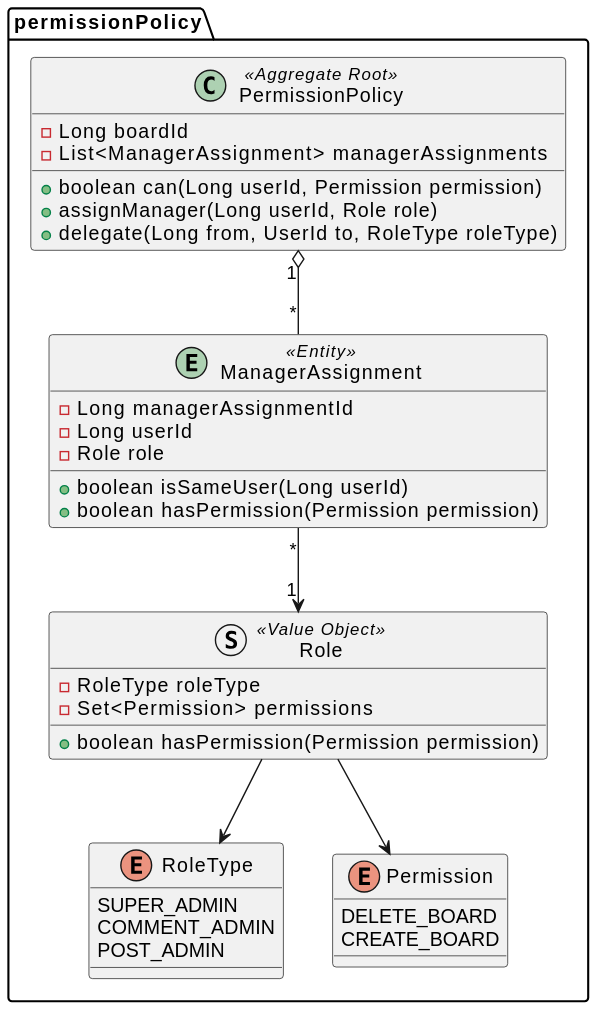
Earlier version of the PlantUML export document/puml/domain/permissioncontext/permissionPolicyAggregate.svg (SimpleBoardTeam/server-hyunchang). Its diagram source:
```plantuml
@startuml
package "permissionPolicy" {
  class PermissionPolicy <<Aggregate Root>>{
    - Long boardId
    - List<ManagerAssignment> managerAssignments
    + boolean can(Long userId, Permission permission)
    + assignManager(Long userId, Role role)
    + delegate(Long from, UserId to, RoleType roleType)
  }

  entity ManagerAssignment <<Entity>>{
    - Long managerAssignmentId
    - Long userId
    - Role role
    + boolean isSameUser(Long userId)
    + boolean hasPermission(Permission permission)
  }

  struct Role <<Value Object>>{
    - RoleType roleType
    - Set<Permission> permissions
    + boolean hasPermission(Permission permission)
  }

  enum RoleType {
    SUPER_ADMIN
    COMMENT_ADMIN
    POST_ADMIN
  }

  enum Permission {
    DELETE_BOARD
    CREATE_BOARD
  }

  PermissionPolicy "1" o-- "*" ManagerAssignment
  ManagerAssignment "*" --> "1" Role
  Role --> RoleType
  Role --> Permission
}
@enduml
```
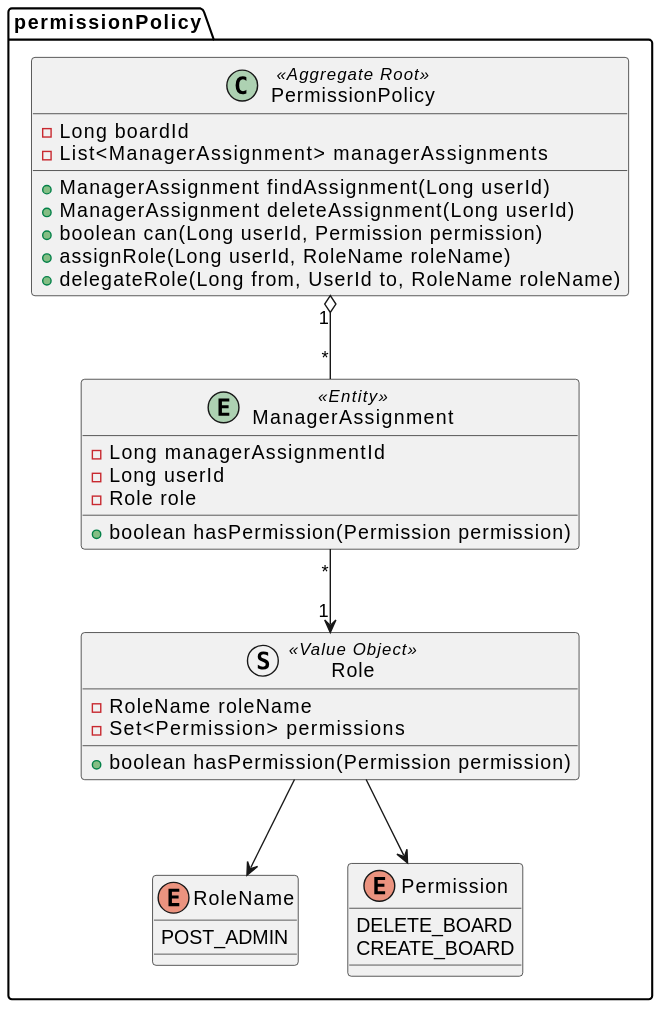
The same file after the commit.

Commit message:
chore(diagram): auto-generate SVGs

What changed in the source:
```diff
@@ -3,28 +3,27 @@
   class PermissionPolicy <<Aggregate Root>>{
     - Long boardId
     - List<ManagerAssignment> managerAssignments
+    + ManagerAssignment findAssignment(Long userId)
+    + ManagerAssignment deleteAssignment(Long userId)
     + boolean can(Long userId, Permission permission)
-    + assignManager(Long userId, Role role)
-    + delegate(Long from, UserId to, RoleType roleType)
+    + assignRole(Long userId, RoleName roleName)
+    + delegateRole(Long from, UserId to, RoleName roleName)
   }
 
   entity ManagerAssignment <<Entity>>{
     - Long managerAssignmentId
     - Long userId
     - Role role
-    + boolean isSameUser(Long userId)
     + boolean hasPermission(Permission permission)
   }
 
   struct Role <<Value Object>>{
-    - RoleType roleType
+    - RoleName roleName
     - Set<Permission> permissions
     + boolean hasPermission(Permission permission)
   }
 
-  enum RoleType {
-    SUPER_ADMIN
-    COMMENT_ADMIN
+  enum RoleName {
     POST_ADMIN
   }
 
@@ -35,7 +34,7 @@
 
   PermissionPolicy "1" o-- "*" ManagerAssignment
   ManagerAssignment "*" --> "1" Role
-  Role --> RoleType
+  Role --> RoleName
   Role --> Permission
 }
 @enduml
```
